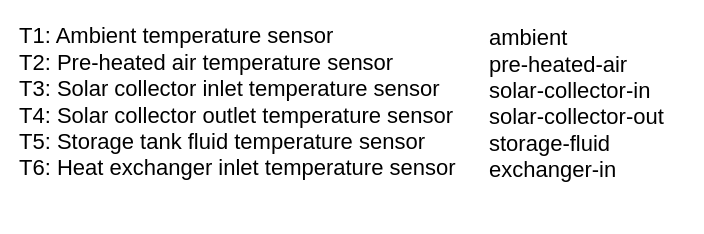
The draw.io diagram page "Temperatures" (3 of 4) of Diagram/Electrical Diagram.drawio in ThashmikaX/Solar-Project, before the edit. Source tidied: cells renumbered, new cells numbered last; positions are measured from the earlier drawing's top-left corner, leaving out a move shared by most shapes. Both pictures are drawn from the tidied source at 100%, with x=0, y=0 at pixel (17, 17).
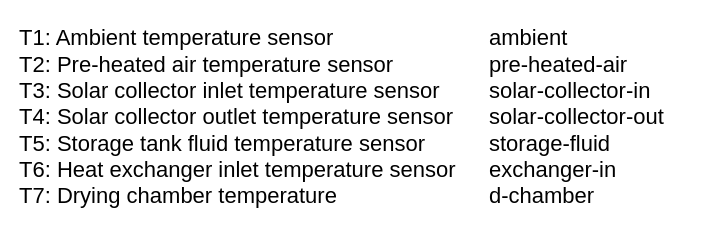
The same diagram, later.

What changed in the source:
```diff
@@
 <mxGraphModel>
   <root>
     <mxCell id="0" />
     <mxCell id="1" parent="0" />
-    <mxCell id="2" value="&lt;div style=&quot;font-size: 22px;&quot;&gt;&lt;font style=&quot;font-size: 22px;&quot;&gt;T1: Ambient temperature sensor&lt;/font&gt;&lt;/div&gt;&lt;div style=&quot;font-size: 22px;&quot;&gt;&lt;font style=&quot;font-size: 22px;&quot;&gt;T2: Pre-heated air temperature sensor&lt;/font&gt;&lt;/div&gt;&lt;div style=&quot;font-size: 22px;&quot;&gt;&lt;font style=&quot;font-size: 22px;&quot;&gt;T3: Solar collector inlet temperature sensor&lt;/font&gt;&lt;/div&gt;&lt;div style=&quot;font-size: 22px;&quot;&gt;&lt;font style=&quot;font-size: 22px;&quot;&gt;T4: Solar collector outlet temperature sensor&lt;/font&gt;&lt;/div&gt;&lt;div style=&quot;font-size: 22px;&quot;&gt;&lt;font style=&quot;font-size: 22px;&quot;&gt;T5: Storage tank fluid temperature sensor&lt;/font&gt;&lt;/div&gt;&lt;div style=&quot;font-size: 22px;&quot;&gt;&lt;font style=&quot;font-size: 22px;&quot;&gt;T6: Heat exchanger inlet temperature sensor&lt;/font&gt;&lt;/div&gt;" style="text;html=1;align=left;verticalAlign=middle;strokeColor=none;fillColor=none;" parent="1" vertex="1">
-      <mxGeometry width="460" height="170" as="geometry" />
+    <mxCell id="2" value="&lt;div style=&quot;font-size: 22px;&quot;&gt;&lt;font style=&quot;font-size: 22px;&quot;&gt;T1: Ambient temperature sensor&lt;/font&gt;&lt;/div&gt;&lt;div style=&quot;font-size: 22px;&quot;&gt;&lt;font style=&quot;font-size: 22px;&quot;&gt;T2: Pre-heated air temperature sensor&lt;/font&gt;&lt;/div&gt;&lt;div style=&quot;font-size: 22px;&quot;&gt;&lt;font style=&quot;font-size: 22px;&quot;&gt;T3: Solar collector inlet temperature sensor&lt;/font&gt;&lt;/div&gt;&lt;div style=&quot;font-size: 22px;&quot;&gt;&lt;font style=&quot;font-size: 22px;&quot;&gt;T4: Solar collector outlet temperature sensor&lt;/font&gt;&lt;/div&gt;&lt;div style=&quot;font-size: 22px;&quot;&gt;&lt;font style=&quot;font-size: 22px;&quot;&gt;T5: Storage tank fluid temperature sensor&lt;/font&gt;&lt;/div&gt;&lt;div style=&quot;font-size: 22px;&quot;&gt;&lt;font style=&quot;font-size: 22px;&quot;&gt;T6: Heat exchanger inlet temperature sensor&lt;/font&gt;&lt;/div&gt;&lt;div style=&quot;font-size: 22px;&quot;&gt;&lt;font style=&quot;font-size: 22px;&quot;&gt;T7: Drying chamber temperature&lt;/font&gt;&lt;/div&gt;" style="text;html=1;align=left;verticalAlign=middle;strokeColor=none;fillColor=none;" parent="1" vertex="1">
+      <mxGeometry width="460" height="200" as="geometry" />
     </mxCell>
-    <mxCell id="3" value="&lt;div style=&quot;font-size: 22px;&quot;&gt;ambient&lt;/div&gt;&lt;div style=&quot;font-size: 22px;&quot;&gt;pre-heated-air&lt;/div&gt;&lt;div style=&quot;font-size: 22px;&quot;&gt;solar-collector-in&lt;/div&gt;&lt;div style=&quot;font-size: 22px;&quot;&gt;solar-collector-out&lt;br&gt;&lt;/div&gt;&lt;div style=&quot;font-size: 22px;&quot;&gt;storage-fluid&lt;/div&gt;&lt;div style=&quot;font-size: 22px;&quot;&gt;exchanger-in&lt;/div&gt;&lt;div style=&quot;font-size: 22px;&quot;&gt;&lt;br&gt;&lt;/div&gt;" style="text;html=1;align=left;verticalAlign=middle;strokeColor=none;fillColor=none;" parent="1" vertex="1">
+    <mxCell id="3" value="&lt;div style=&quot;font-size: 22px;&quot;&gt;ambient&lt;/div&gt;&lt;div style=&quot;font-size: 22px;&quot;&gt;pre-heated-air&lt;/div&gt;&lt;div style=&quot;font-size: 22px;&quot;&gt;solar-collector-in&lt;/div&gt;&lt;div style=&quot;font-size: 22px;&quot;&gt;solar-collector-out&lt;br&gt;&lt;/div&gt;&lt;div style=&quot;font-size: 22px;&quot;&gt;storage-fluid&lt;/div&gt;&lt;div style=&quot;font-size: 22px;&quot;&gt;exchanger-in&lt;/div&gt;&lt;div style=&quot;font-size: 22px;&quot;&gt;d-chamber&lt;/div&gt;" style="text;html=1;align=left;verticalAlign=middle;strokeColor=none;fillColor=none;" parent="1" vertex="1">
       <mxGeometry x="470" width="200" height="200" as="geometry" />
     </mxCell>
   </root>
 </mxGraphModel>
```
